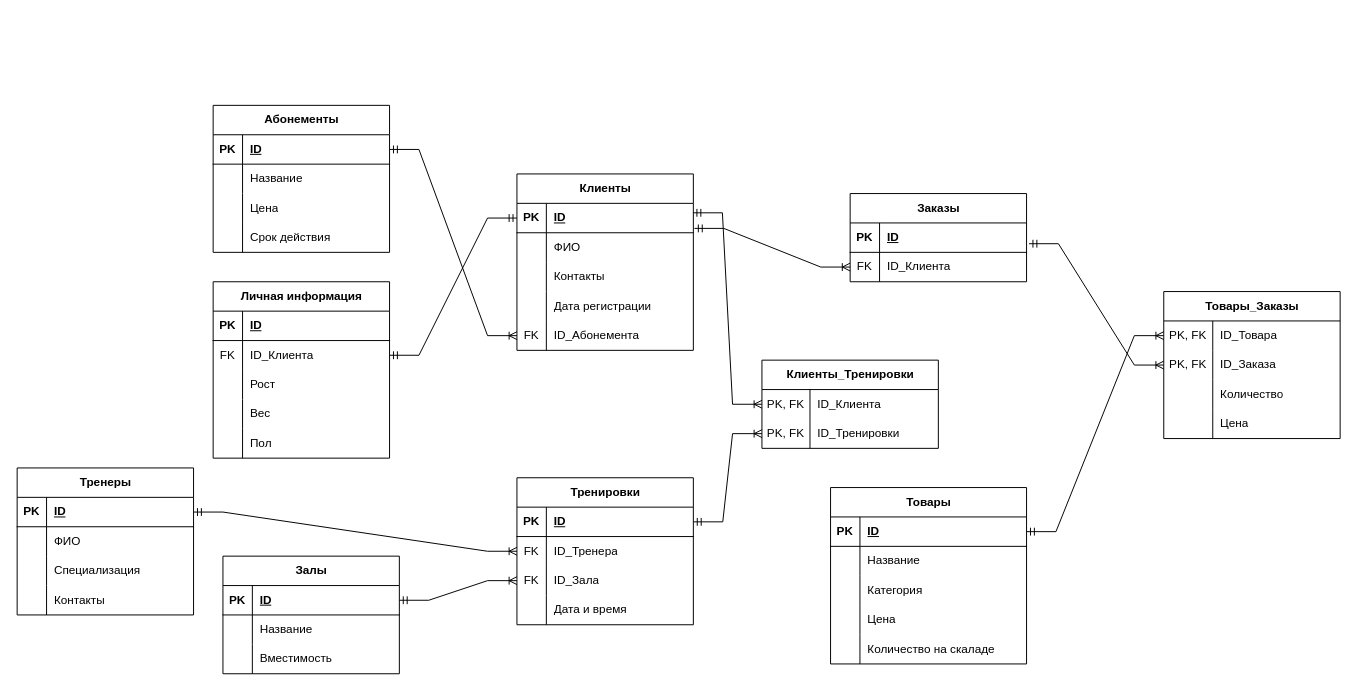
KotegovNikita/database_basics keeps this draw.io diagram as Homework_1.drawio. Above is the earlier version. Source tidied: cells renumbered, new cells numbered last; positions are measured from the earlier drawing's top-left corner, leaving out a move shared by most shapes. Both pictures are drawn from the tidied source at 98%, with x=0, y=0 at pixel (17, 105).
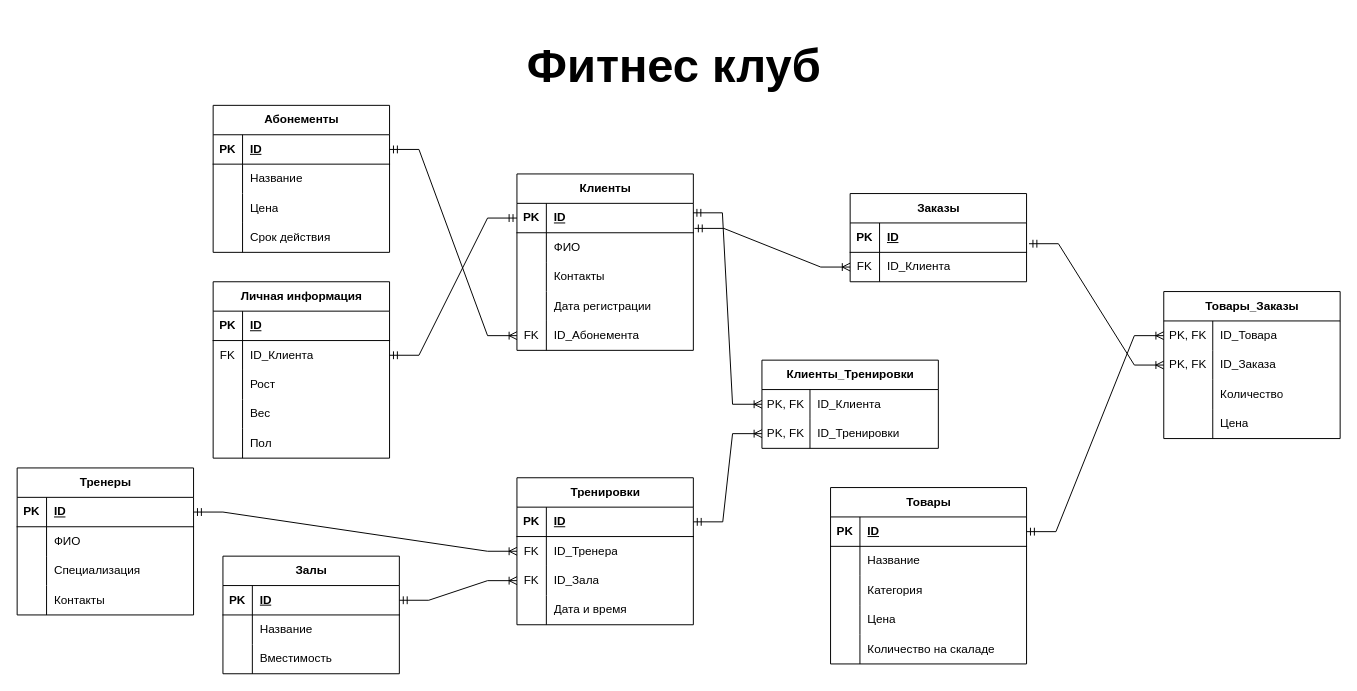
The same page after the edit.

Change to the diagram source:
```diff
@@
+    <mxCell id="135" value="&lt;h1&gt;&lt;font style=&quot;font-size: 48px;&quot;&gt;&lt;b&gt;Фитнес клуб&lt;/b&gt;&lt;/font&gt;&lt;/h1&gt;" style="text;html=1;align=center;verticalAlign=middle;strokeColor=none;fillColor=none;" parent="1" vertex="1">
+      <mxGeometry x="510" y="-90" width="320" height="100" as="geometry" />
+    </mxCell>
```
